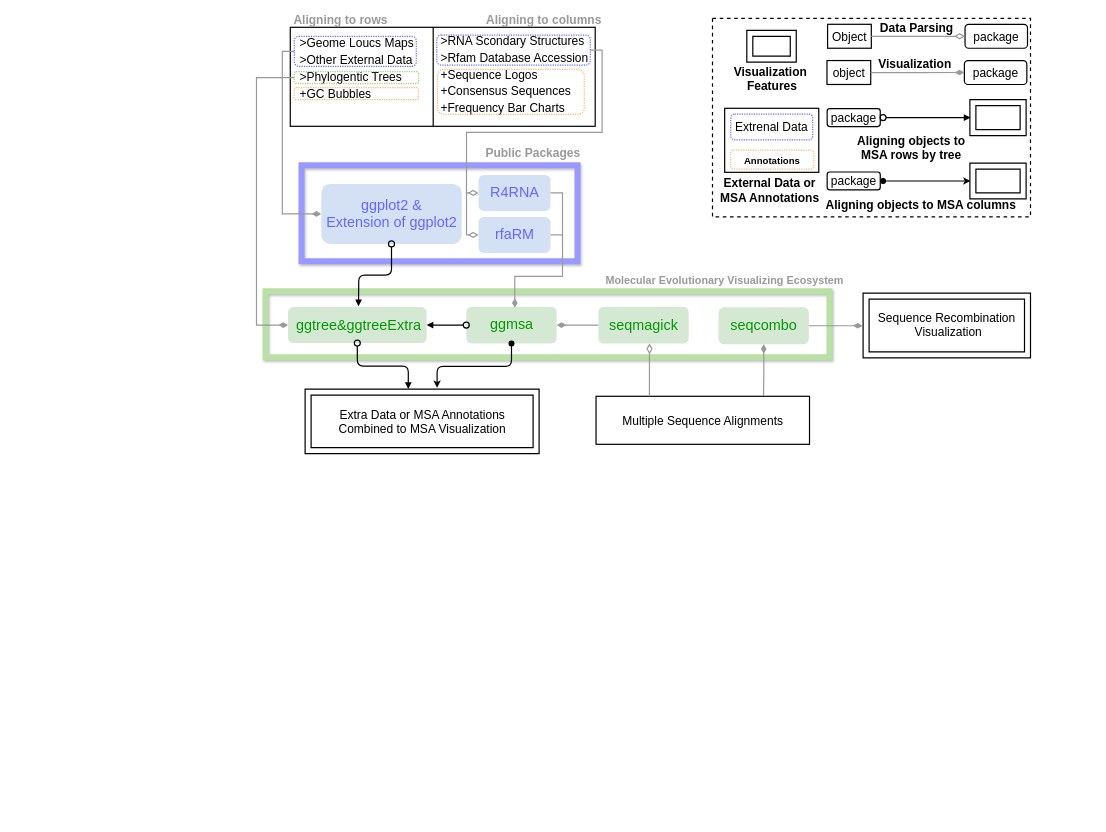
The draw.io diagram draw.io/software_ecosystem.drawio in YuLab-SMU/supplemental-ggmsa, before the edit. Source tidied: cells renumbered, new cells numbered last; positions are measured from the earlier drawing's top-left corner, leaving out a move shared by most shapes. Both pictures are drawn from the tidied source at 60%, with x=0, y=0 at pixel (10, 10).
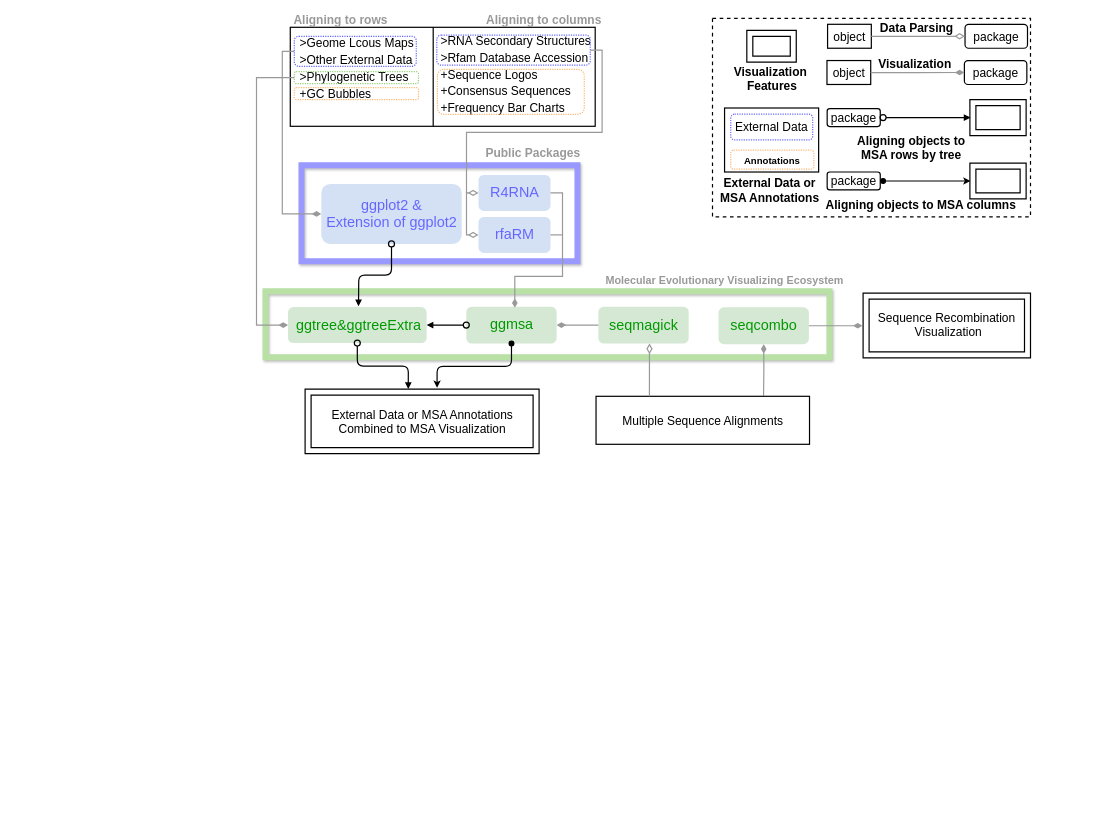
After the change.

The change refers to these unchanged cells:
```xml
<mxCell id="7" style="group;" parent="5" vertex="1">
  <mxGeometry x="-86" y="-35.3" width="620" height="374.2" as="geometry" />
</mxCell>
<mxCell id="33" style="group;" parent="1" vertex="1">
  <mxGeometry x="526.3" y="13" width="508.2" height="187.7" as="geometry" />
</mxCell>
<mxCell id="55" style="group;strokeColor=#000000;dashed=1;strokeWidth=2;" parent="1" vertex="1">
  <mxGeometry x="1170" y="13" width="530" height="331.1" as="geometry" />
</mxCell>
<mxCell id="57" style="group;" parent="56" vertex="1">
  <mxGeometry x="11.3" width="156.8" height="106.7" as="geometry" />
</mxCell>
```

Change to the diagram source:
```diff
@@
-    <mxCell id="13" value="Extra Data or MSA Annotations&lt;br&gt;Combined to MSA Visualization" style="text;html=1;align=center;verticalAlign=middle;fontSize=20;fontColor=none;" parent="7" vertex="1">
-      <mxGeometry x="71" y="251.1" width="290" height="50" as="geometry" />
+    <mxCell id="13" value="External Data or MSA Annotations&lt;br&gt;Combined to MSA Visualization" style="text;html=1;align=center;verticalAlign=middle;fontSize=20;fontColor=none;" parent="7" vertex="1">
+      <mxGeometry x="56" y="251.1" width="320" height="50" as="geometry" />
     </mxCell>
@@
-    <mxCell id="36" value="&lt;p style=&quot;line-height: 140%&quot;&gt;&amp;gt;Geome Loucs Maps&lt;br&gt;&amp;gt;Other External Data&lt;br style=&quot;font-size: 12px&quot;&gt;&amp;gt;Phylogentic Trees&amp;nbsp;&lt;br&gt;+GC Bubbles&lt;/p&gt;" style="text;html=1;align=left;verticalAlign=middle;fillColor=none;strokeColor=none;rounded=0;fontSize=20;fontColor=none;" parent="33" vertex="1">
+    <mxCell id="36" value="&lt;p style=&quot;line-height: 140%&quot;&gt;&amp;gt;Geome Lcous Maps&lt;br&gt;&amp;gt;Other External Data&lt;br style=&quot;font-size: 12px&quot;&gt;&amp;gt;Phylogenetic Trees&amp;nbsp;&lt;br&gt;+GC Bubbles&lt;/p&gt;" style="text;html=1;align=left;verticalAlign=middle;fillColor=none;strokeColor=none;rounded=0;fontSize=20;fontColor=none;" parent="33" vertex="1">
       <mxGeometry x="-46.3" y="2.5" width="210" height="160" as="geometry" />
     </mxCell>
-    <mxCell id="37" value="&lt;p style=&quot;line-height: 140%&quot;&gt;&amp;gt;RNA Scondary Structures&lt;br&gt;&amp;gt;Rfam Database Accession&lt;br&gt;+Sequence Logos&lt;br&gt;+Consensus Sequences&lt;br&gt;+Frequency Bar Charts&lt;/p&gt;" style="text;html=1;align=left;verticalAlign=middle;fillColor=none;strokeColor=none;rounded=0;fontSize=20;fontColor=none;" parent="33" vertex="1">
-      <mxGeometry x="188.2" y="-2.3" width="260" height="190" as="geometry" />
+    <mxCell id="37" value="&lt;p style=&quot;line-height: 140%&quot;&gt;&amp;gt;RNA Secondary Structures&lt;br&gt;&amp;gt;Rfam Database Accession&lt;br&gt;+Sequence Logos&lt;br&gt;+Consensus Sequences&lt;br&gt;+Frequency Bar Charts&lt;/p&gt;" style="text;html=1;align=left;verticalAlign=middle;fillColor=none;strokeColor=none;rounded=0;fontSize=20;fontColor=none;" parent="33" vertex="1">
+      <mxGeometry x="188.2" y="-2.3" width="270" height="190" as="geometry" />
     </mxCell>
@@
-    <mxCell id="58" value="Extrenal Data" style="rounded=1;whiteSpace=wrap;html=1;dashed=1;dashPattern=1 1;strokeColor=#6666FF;strokeWidth=2;fillColor=none;fontSize=20;fontColor=none;" parent="57" vertex="1">
+    <mxCell id="58" value="External Data" style="rounded=1;whiteSpace=wrap;html=1;dashed=1;dashPattern=1 1;strokeColor=#6666FF;strokeWidth=2;fillColor=none;fontSize=20;fontColor=none;" parent="57" vertex="1">
       <mxGeometry x="9.1" y="9.8" width="136.6" height="42.9" as="geometry" />
     </mxCell>
-    <mxCell id="59" style="rounded=0;whiteSpace=wrap;html=1;strokeColor=#000000;strokeWidth=2;fillColor=none;fontSize=20;fontColor=none;" parent="57" vertex="1">
-      <mxGeometry x="-1" width="156.8" height="106.7" as="geometry" />
-    </mxCell>
@@
-    <mxCell id="62" value="Object" style="rounded=0;whiteSpace=wrap;html=1;strokeColor=#000000;strokeWidth=2;fillColor=none;fontSize=20;fontColor=none;" parent="55" vertex="1">
+    <mxCell id="62" value="object" style="rounded=0;whiteSpace=wrap;html=1;strokeColor=#000000;strokeWidth=2;fillColor=none;fontSize=20;fontColor=none;" parent="55" vertex="1">
       <mxGeometry x="191.8" y="10" width="72.9" height="39.9" as="geometry" />
     </mxCell>
@@
+    <mxCell id="59" style="rounded=0;whiteSpace=wrap;html=1;strokeColor=#000000;strokeWidth=2;fillColor=none;fontSize=20;fontColor=none;" parent="55" vertex="1">
+      <mxGeometry x="20.1" y="149.5" width="156.8" height="106.7" as="geometry" />
+    </mxCell>
```
